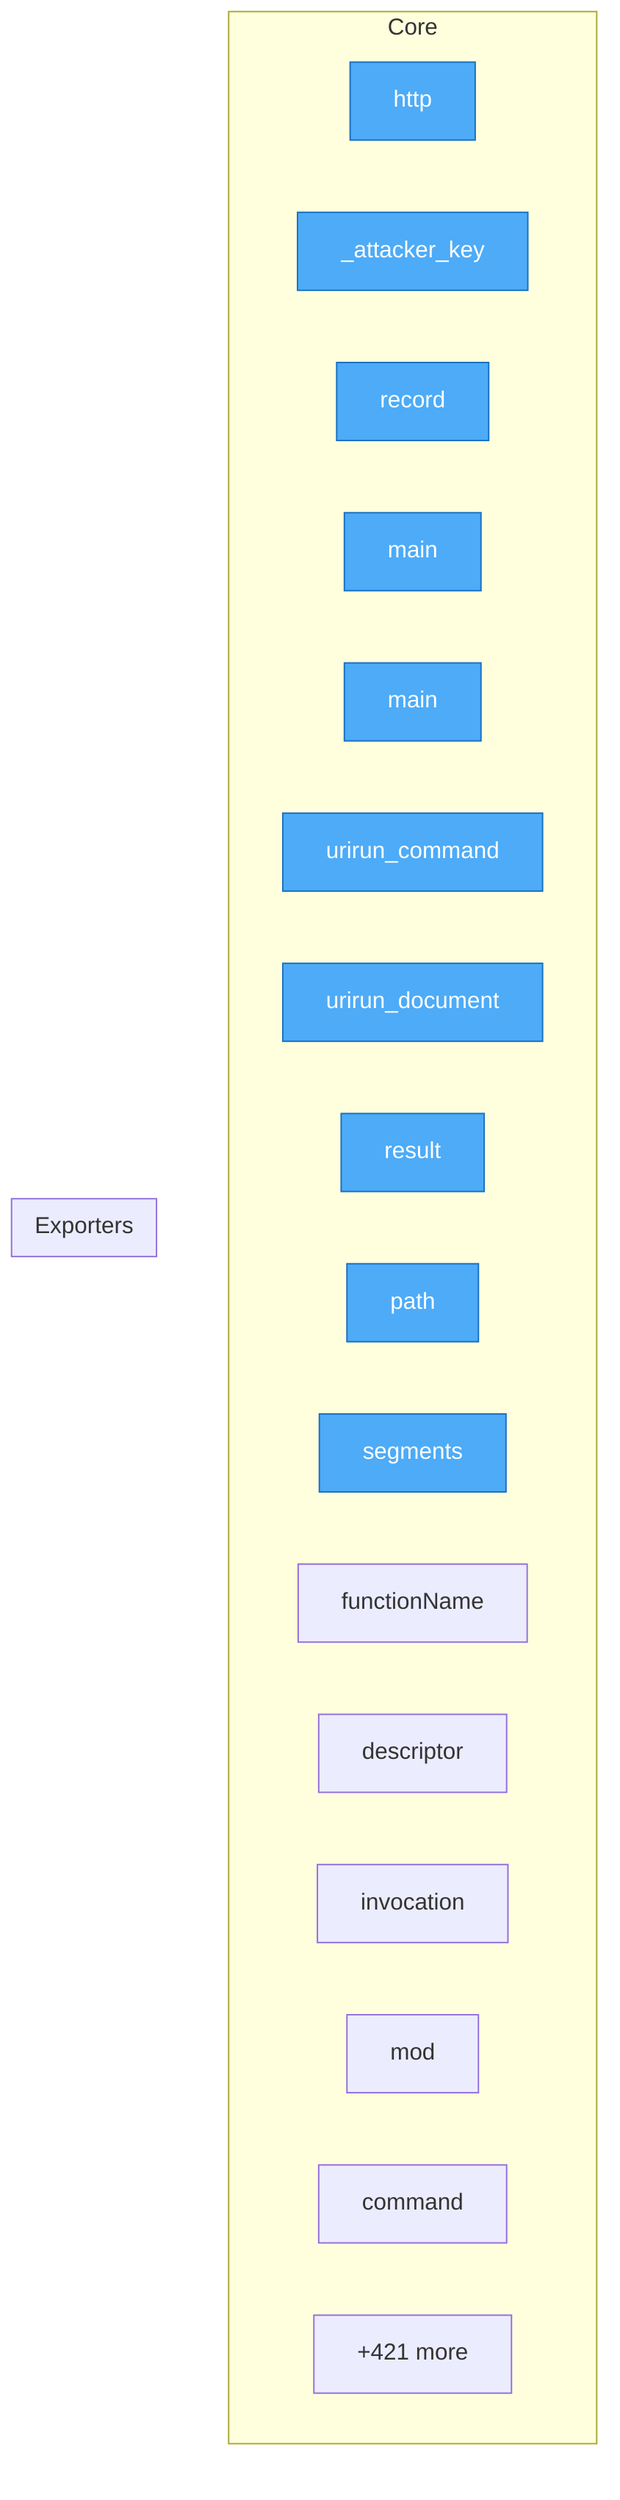
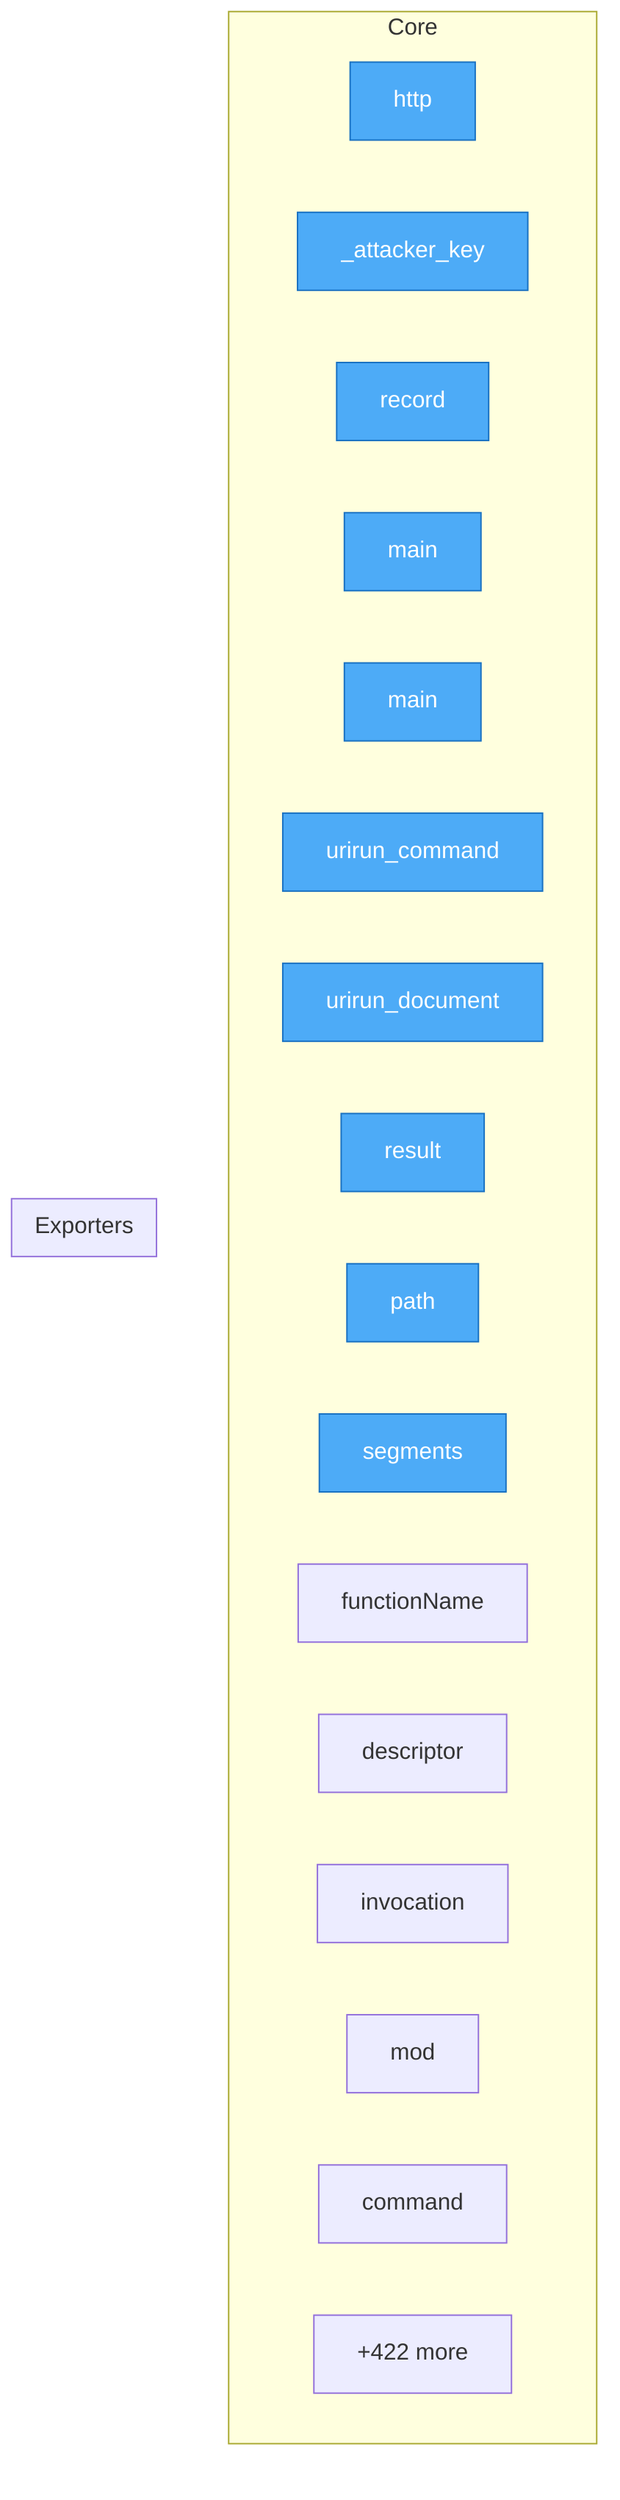
flowchart TD
%% generated in 0.02s

    %% Entry points (blue)
    classDef entry fill:#4dabf7,stroke:#1971c2,color:#fff

    subgraph Core
        security__mesh_probe__probe__http["http"]
        security__mesh_probe__probe___attacker_key["_attacker_key"]
        security__mesh_probe__probe__record["record"]
        adapters__conformance__main["main"]
        adapters__new_connector__main["main"]
        adapters__bash__urirun__urirun_command["urirun_command"]
        adapters__bash__urirun__urirun_document["urirun_document"]
        adapters__js__index__test__result["result"]
        adapters__js__path["path"]
        adapters__js__segments["segments"]
        adapters__js__functionName["functionName"]
        adapters__js__descriptor["descriptor"]
        adapters__js__invocation["invocation"]
        adapters__js__mod["mod"]
        adapters__java__Urirun__Urirun__command["command"]
-         ...["+421 more"]
+         ...["+422 more"]
    end

    subgraph Exporters
    end

    class security__mesh_probe__probe__http,security__mesh_probe__probe___attacker_key,security__mesh_probe__probe__record,adapters__conformance__main,adapters__new_connector__main,adapters__bash__urirun__urirun_command,adapters__bash__urirun__urirun_document,adapters__js__index__test__result,adapters__js__path,adapters__js__segments entry
